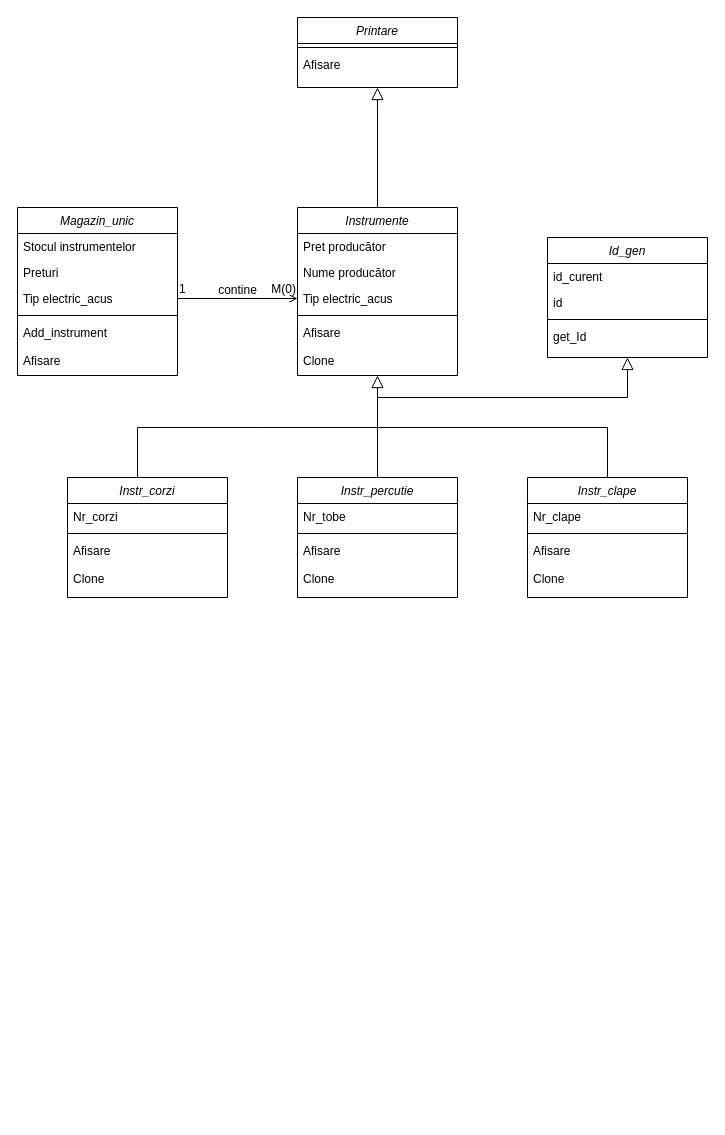
Above: Untitled Diagram.drawio in TaviF24/OOP_3-Music_store (draw.io), before the change. Source tidied: cells renumbered, new cells numbered last; positions are measured from the earlier drawing's top-left corner, leaving out a move shared by most shapes. Both pictures are drawn from the tidied source at 100%, with x=0, y=0 at pixel (17, 17).
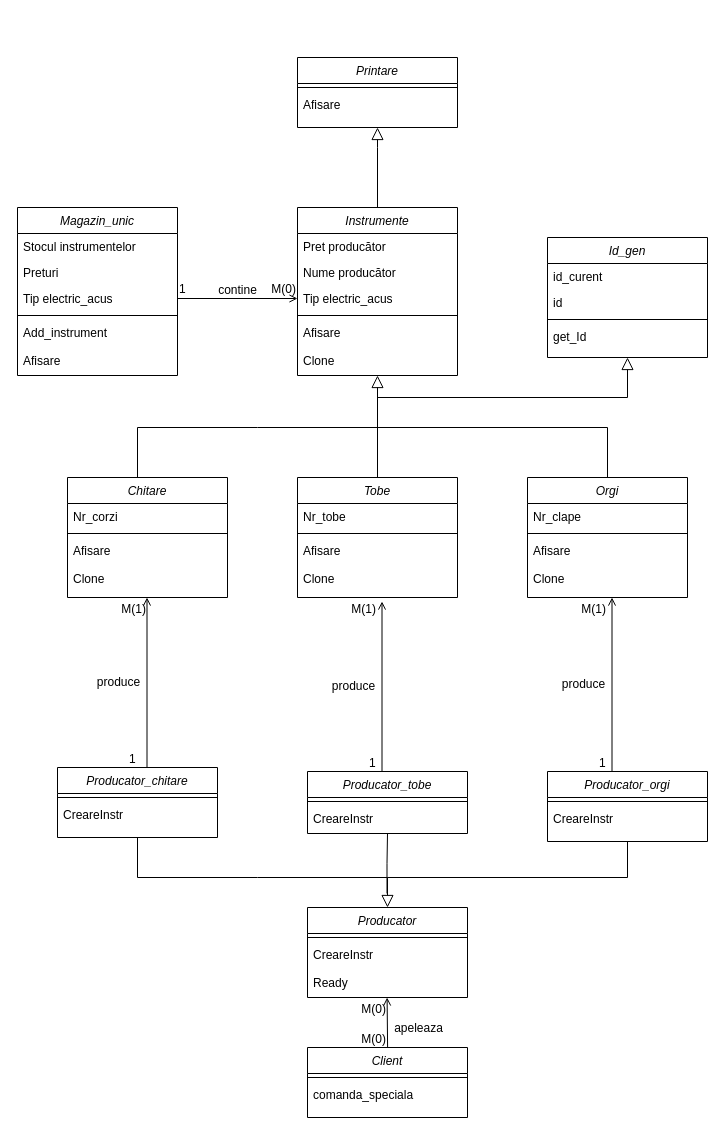
The same page after the edit.

Commit message:
Music shop diagram.drawio

The change refers to these unchanged cells:
```xml
<mxCell id="2" value="Instrumente" style="swimlane;fontStyle=2;align=center;verticalAlign=top;horizontal=1;startSize=26;rounded=0;shadow=0;strokeWidth=1;" parent="1" vertex="1">
  <mxGeometry x="280" y="190" width="160" height="168" as="geometry" />
</mxCell>
```

Diff of the diagram source:
```diff
@@
-    <mxCell id="9" value="Instr_corzi" style="swimlane;fontStyle=2;align=center;verticalAlign=top;horizontal=1;startSize=26;rounded=0;shadow=0;strokeWidth=1;" parent="1" vertex="1">
+    <mxCell id="9" value="Chitare" style="swimlane;fontStyle=2;align=center;verticalAlign=top;horizontal=1;startSize=26;rounded=0;shadow=0;strokeWidth=1;" parent="1" vertex="1">
       <mxGeometry x="50" y="460" width="160" height="120" as="geometry" />
     </mxCell>
@@
-    <mxCell id="14" value="Instr_percutie" style="swimlane;fontStyle=2;align=center;verticalAlign=top;horizontal=1;startSize=26;rounded=0;shadow=0;strokeWidth=1;" parent="1" vertex="1">
+    <mxCell id="14" value="Tobe" style="swimlane;fontStyle=2;align=center;verticalAlign=top;horizontal=1;startSize=26;rounded=0;shadow=0;strokeWidth=1;" parent="1" vertex="1">
       <mxGeometry x="280" y="460" width="160" height="120" as="geometry" />
     </mxCell>
@@
-    <mxCell id="19" value="Instr_clape" style="swimlane;fontStyle=2;align=center;verticalAlign=top;horizontal=1;startSize=26;rounded=0;shadow=0;strokeWidth=1;" parent="1" vertex="1">
+    <mxCell id="19" value="Orgi" style="swimlane;fontStyle=2;align=center;verticalAlign=top;horizontal=1;startSize=26;rounded=0;shadow=0;strokeWidth=1;" parent="1" vertex="1">
       <mxGeometry x="510" y="460" width="160" height="120" as="geometry" />
     </mxCell>
@@
     <mxCell id="38" value="Printare" style="swimlane;fontStyle=2;align=center;verticalAlign=top;horizontal=1;startSize=26;rounded=0;shadow=0;strokeWidth=1;" parent="1" vertex="1">
-      <mxGeometry x="280" width="160" height="70" as="geometry" />
+      <mxGeometry x="280" y="40" width="160" height="70" as="geometry" />
     </mxCell>
@@
     <mxCell id="41" style="endArrow=block;endSize=10;endFill=0;shadow=0;strokeWidth=1;rounded=0;edgeStyle=elbowEdgeStyle;elbow=vertical;exitX=0.5;exitY=0;exitDx=0;exitDy=0;entryX=0.5;entryY=1;entryDx=0;entryDy=0;" parent="1" edge="1" source="2" target="38">
       <mxGeometry relative="1" as="geometry">
         <Array as="points">
-          <mxPoint x="380" y="92" />
+          <mxPoint x="400" y="130" />
         </Array>
       </mxGeometry>
     </mxCell>
@@
+    <mxCell id="48" value="Producator" style="swimlane;fontStyle=2;align=center;verticalAlign=top;horizontal=1;startSize=26;rounded=0;shadow=0;strokeWidth=1;" parent="1" vertex="1">
+      <mxGeometry x="290" y="890" width="160" height="90" as="geometry" />
+    </mxCell>
+    <mxCell id="49" style="line;html=1;strokeWidth=1;align=left;verticalAlign=middle;spacingTop=-1;spacingLeft=3;spacingRight=3;labelPosition=right;" parent="48" vertex="1">
+      <mxGeometry y="26" width="160" height="8" as="geometry" />
+    </mxCell>
+    <mxCell id="50" value="CreareInstr" style="text;align=left;verticalAlign=top;spacingLeft=4;spacingRight=4;overflow=hidden;" parent="48" vertex="1">
+      <mxGeometry y="34" width="160" height="28" as="geometry" />
+    </mxCell>
+    <mxCell id="51" value="Ready" style="text;align=left;verticalAlign=top;spacingLeft=4;spacingRight=4;overflow=hidden;" parent="48" vertex="1">
+      <mxGeometry y="62" width="160" height="28" as="geometry" />
+    </mxCell>
+    <mxCell id="52" value="Producator_chitare" style="swimlane;fontStyle=2;align=center;verticalAlign=top;horizontal=1;startSize=26;rounded=0;shadow=0;strokeWidth=1;" parent="1" vertex="1">
+      <mxGeometry x="40" y="750" width="160" height="70" as="geometry" />
+    </mxCell>
+    <mxCell id="53" style="line;html=1;strokeWidth=1;align=left;verticalAlign=middle;spacingTop=-1;spacingLeft=3;spacingRight=3;labelPosition=right;" parent="52" vertex="1">
+      <mxGeometry y="26" width="160" height="8" as="geometry" />
+    </mxCell>
+    <mxCell id="54" value="CreareInstr" style="text;align=left;verticalAlign=top;spacingLeft=4;spacingRight=4;overflow=hidden;" parent="52" vertex="1">
+      <mxGeometry y="34" width="160" height="28" as="geometry" />
+    </mxCell>
+    <mxCell id="55" value="Producator_orgi" style="swimlane;fontStyle=2;align=center;verticalAlign=top;horizontal=1;startSize=26;rounded=0;shadow=0;strokeWidth=1;" parent="1" vertex="1">
+      <mxGeometry x="530" y="754" width="160" height="70" as="geometry" />
+    </mxCell>
+    <mxCell id="56" style="line;html=1;strokeWidth=1;align=left;verticalAlign=middle;spacingTop=-1;spacingLeft=3;spacingRight=3;labelPosition=right;" parent="55" vertex="1">
+      <mxGeometry y="26" width="160" height="8" as="geometry" />
+    </mxCell>
+    <mxCell id="57" value="CreareInstr" style="text;align=left;verticalAlign=top;spacingLeft=4;spacingRight=4;overflow=hidden;" parent="55" vertex="1">
+      <mxGeometry y="34" width="160" height="28" as="geometry" />
+    </mxCell>
+    <mxCell id="58" value="Producator_tobe" style="swimlane;fontStyle=2;align=center;verticalAlign=top;horizontal=1;startSize=26;rounded=0;shadow=0;strokeWidth=1;" parent="1" vertex="1">
+      <mxGeometry x="290" y="754" width="160" height="62" as="geometry" />
+    </mxCell>
+    <mxCell id="59" style="line;html=1;strokeWidth=1;align=left;verticalAlign=middle;spacingTop=-1;spacingLeft=3;spacingRight=3;labelPosition=right;" parent="58" vertex="1">
+      <mxGeometry y="26" width="160" height="8" as="geometry" />
+    </mxCell>
+    <mxCell id="60" value="CreareInstr" style="text;align=left;verticalAlign=top;spacingLeft=4;spacingRight=4;overflow=hidden;" parent="58" vertex="1">
+      <mxGeometry y="34" width="160" height="28" as="geometry" />
+    </mxCell>
+    <mxCell id="61" style="endArrow=block;endSize=10;endFill=0;shadow=0;strokeWidth=1;rounded=0;edgeStyle=elbowEdgeStyle;elbow=vertical;exitX=0.5;exitY=1;exitDx=0;exitDy=0;entryX=0.5;entryY=0;entryDx=0;entryDy=0;" parent="1" edge="1" source="55" target="48">
+      <mxGeometry relative="1" as="geometry">
+        <Array as="points">
+          <mxPoint x="500" y="860" />
+        </Array>
+      </mxGeometry>
+    </mxCell>
+    <mxCell id="62" style="endArrow=none;html=1;rounded=0;" parent="1" edge="1">
+      <mxGeometry relative="1" as="geometry">
+        <mxPoint x="369.5" y="876" as="sourcePoint" />
+        <mxPoint x="370" y="816" as="targetPoint" />
+        <Array as="points">
+          <mxPoint x="369.5" y="846" />
+        </Array>
+      </mxGeometry>
+    </mxCell>
+    <mxCell id="63" style="endArrow=none;html=1;rounded=0;exitX=0.5;exitY=1;exitDx=0;exitDy=0;" parent="1" edge="1" source="52">
+      <mxGeometry relative="1" as="geometry">
+        <mxPoint x="370" y="860" as="targetPoint" />
+        <Array as="points">
+          <mxPoint x="120" y="860" />
+          <mxPoint x="240" y="860" />
+        </Array>
+      </mxGeometry>
+    </mxCell>
+    <mxCell id="64" style="endArrow=open;shadow=0;strokeWidth=1;rounded=0;endFill=1;edgeStyle=elbowEdgeStyle;elbow=horizontal;entryX=0.5;entryY=1;entryDx=0;entryDy=0;exitX=0.5;exitY=0;exitDx=0;exitDy=0;" parent="1" edge="1" source="52" target="9">
+      <mxGeometry x="0.5" y="41" relative="1" as="geometry">
+        <Array as="points">
+          <mxPoint x="129.5" y="700" />
+          <mxPoint x="139.5" y="710" />
+          <mxPoint x="149.5" y="710" />
+          <mxPoint x="159.5" y="710" />
+        </Array>
+        <mxPoint x="-40" y="32" as="offset" />
+      </mxGeometry>
+    </mxCell>
+    <mxCell id="65" value="produce" style="text;html=1;align=center;verticalAlign=middle;labelBackgroundColor=none;rounded=0;shadow=0;strokeWidth=1;fontSize=12;" parent="64" vertex="1">
+      <mxGeometry x="0.5" y="49" relative="1" as="geometry">
+        <mxPoint x="20" y="40" as="offset" />
+      </mxGeometry>
+    </mxCell>
+    <mxCell id="66" value="1" style="align=left;verticalAlign=bottom;labelBackgroundColor=none;fontSize=12;" parent="1" vertex="1">
+      <mxGeometry x="110" y="750" as="geometry" />
+    </mxCell>
+    <mxCell id="67" value="M(1)" style="align=right;verticalAlign=bottom;labelBackgroundColor=none;fontSize=12;" parent="1" vertex="1">
+      <mxGeometry x="130" y="600" as="geometry" />
+    </mxCell>
+    <mxCell id="68" style="endArrow=open;shadow=0;strokeWidth=1;rounded=0;endFill=1;edgeStyle=elbowEdgeStyle;elbow=horizontal;entryX=0.5;entryY=1;entryDx=0;entryDy=0;exitX=0.5;exitY=0;exitDx=0;exitDy=0;" parent="1" edge="1">
+      <mxGeometry x="0.5" y="41" relative="1" as="geometry">
+        <mxPoint x="355" y="754" as="sourcePoint" />
+        <mxPoint x="365" y="584" as="targetPoint" />
+        <Array as="points">
+          <mxPoint x="364.5" y="704" />
+          <mxPoint x="374.5" y="714" />
+          <mxPoint x="384.5" y="714" />
+          <mxPoint x="394.5" y="714" />
+        </Array>
+        <mxPoint x="-40" y="32" as="offset" />
+      </mxGeometry>
+    </mxCell>
+    <mxCell id="69" value="produce" style="text;html=1;align=center;verticalAlign=middle;labelBackgroundColor=none;rounded=0;shadow=0;strokeWidth=1;fontSize=12;" parent="68" vertex="1">
+      <mxGeometry x="0.5" y="49" relative="1" as="geometry">
+        <mxPoint x="20" y="40" as="offset" />
+      </mxGeometry>
+    </mxCell>
+    <mxCell id="70" style="endArrow=open;shadow=0;strokeWidth=1;rounded=0;endFill=1;edgeStyle=elbowEdgeStyle;elbow=horizontal;entryX=0.5;entryY=1;entryDx=0;entryDy=0;exitX=0.5;exitY=0;exitDx=0;exitDy=0;" parent="1" edge="1" source="55">
+      <mxGeometry x="0.5" y="41" relative="1" as="geometry">
+        <mxPoint x="595" y="580" as="targetPoint" />
+        <Array as="points">
+          <mxPoint x="594.5" y="700" />
+          <mxPoint x="604.5" y="710" />
+          <mxPoint x="614.5" y="710" />
+          <mxPoint x="624.5" y="710" />
+        </Array>
+        <mxPoint x="-40" y="32" as="offset" />
+      </mxGeometry>
+    </mxCell>
+    <mxCell id="71" value="produce" style="text;html=1;align=center;verticalAlign=middle;labelBackgroundColor=none;rounded=0;shadow=0;strokeWidth=1;fontSize=12;" parent="70" vertex="1">
+      <mxGeometry x="0.5" y="49" relative="1" as="geometry">
+        <mxPoint x="20" y="40" as="offset" />
+      </mxGeometry>
+    </mxCell>
+    <mxCell id="72" value="M(1)" style="align=right;verticalAlign=bottom;labelBackgroundColor=none;fontSize=12;" parent="1" vertex="1">
+      <mxGeometry x="360" y="600" as="geometry" />
+    </mxCell>
+    <mxCell id="73" value="M(1)" style="align=right;verticalAlign=bottom;labelBackgroundColor=none;fontSize=12;" parent="1" vertex="1">
+      <mxGeometry x="590" y="600" as="geometry" />
+    </mxCell>
+    <mxCell id="74" value="1" style="align=left;verticalAlign=bottom;labelBackgroundColor=none;fontSize=12;" parent="1" vertex="1">
+      <mxGeometry x="350" y="754" as="geometry" />
+    </mxCell>
+    <mxCell id="75" value="1" style="align=left;verticalAlign=bottom;labelBackgroundColor=none;fontSize=12;" parent="1" vertex="1">
+      <mxGeometry x="580" y="754" as="geometry" />
+    </mxCell>
+    <mxCell id="76" value="Client" style="swimlane;fontStyle=2;align=center;verticalAlign=top;horizontal=1;startSize=26;rounded=0;shadow=0;strokeWidth=1;" parent="1" vertex="1">
+      <mxGeometry x="290" y="1030" width="160" height="70" as="geometry" />
+    </mxCell>
+    <mxCell id="77" style="line;html=1;strokeWidth=1;align=left;verticalAlign=middle;spacingTop=-1;spacingLeft=3;spacingRight=3;labelPosition=right;" parent="76" vertex="1">
+      <mxGeometry y="26" width="160" height="8" as="geometry" />
+    </mxCell>
+    <mxCell id="78" value="comanda_speciala" style="text;align=left;verticalAlign=top;spacingLeft=4;spacingRight=4;overflow=hidden;" parent="76" vertex="1">
+      <mxGeometry y="34" width="160" height="28" as="geometry" />
+    </mxCell>
+    <mxCell id="79" style="endArrow=open;shadow=0;strokeWidth=1;rounded=0;endFill=1;edgeStyle=elbowEdgeStyle;elbow=horizontal;" parent="1" edge="1">
+      <mxGeometry x="0.5" y="41" relative="1" as="geometry">
+        <mxPoint x="370.1" y="1030" as="sourcePoint" />
+        <mxPoint x="370" y="980" as="targetPoint" />
+        <Array as="points">
+          <mxPoint x="369.6" y="1100" />
+          <mxPoint x="379.6" y="1110" />
+          <mxPoint x="389.6" y="1110" />
+          <mxPoint x="399.6" y="1110" />
+        </Array>
+        <mxPoint x="-40" y="32" as="offset" />
+      </mxGeometry>
+    </mxCell>
+    <mxCell id="80" value="apeleaza" style="text;html=1;align=center;verticalAlign=middle;labelBackgroundColor=none;rounded=0;shadow=0;strokeWidth=1;fontSize=12;" parent="1" vertex="1">
+      <mxGeometry x="400" y="1010" as="geometry" />
+    </mxCell>
+    <mxCell id="81" value="M(0)" style="align=right;verticalAlign=bottom;labelBackgroundColor=none;fontSize=12;" parent="1" vertex="1">
+      <mxGeometry x="370" y="1000" as="geometry" />
+    </mxCell>
+    <mxCell id="82" value="M(0)" style="align=right;verticalAlign=bottom;labelBackgroundColor=none;fontSize=12;" parent="1" vertex="1">
+      <mxGeometry x="370" y="1030" as="geometry" />
+    </mxCell>
```
